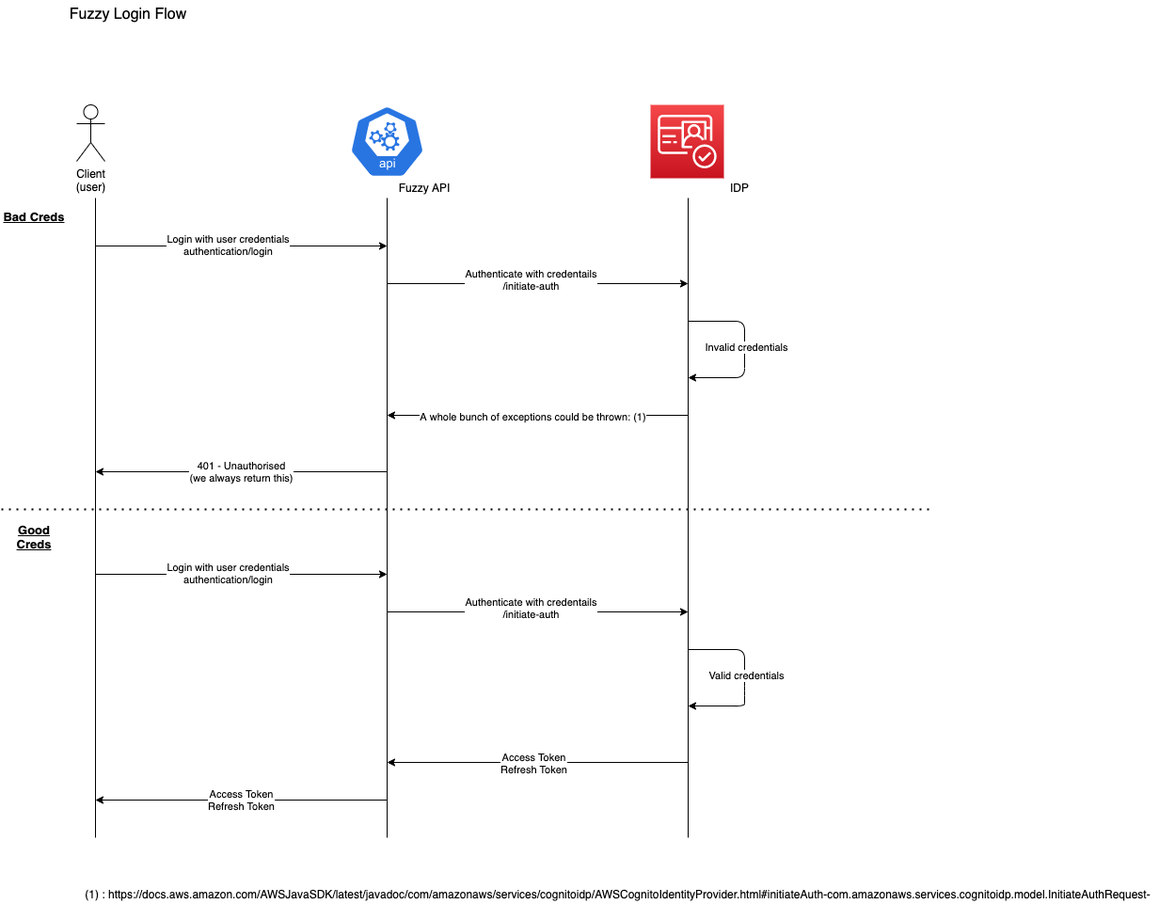
The draw.io diagram documentation/authentication/Fuzzy Authentication Login.png in nhsd-exeter/dos-service-fuzzy-search-api, before a commit. Source tidied: cells renumbered, new cells last; positions are measured from the earlier drawing's top-left corner, leaving out a move shared by most shapes. The source it was exported from:
```xml
<mxGraphModel>
  <root>
    <mxCell id="0" />
    <mxCell id="1" parent="0" />
    <mxCell id="2" style="fontColor=#232F3E;gradientColor=#F54749;gradientDirection=north;fillColor=#C7131F;strokeColor=#ffffff;dashed=0;verticalLabelPosition=bottom;verticalAlign=top;align=center;html=1;fontSize=12;fontStyle=0;shape=mxgraph.aws4.resourceIcon;resIcon=mxgraph.aws4.cognito;" parent="1" vertex="1">
      <mxGeometry x="690" y="111" width="78" height="78" as="geometry" />
    </mxCell>
    <mxCell id="3" style="html=1;dashed=0;whitespace=wrap;fillColor=#2875E2;strokeColor=#ffffff;shape=mxgraph.kubernetes.icon;prIcon=api;" parent="1" vertex="1">
      <mxGeometry x="370" y="100" width="80" height="100" as="geometry" />
    </mxCell>
    <mxCell id="4" style="endArrow=classic;html=1;" parent="1" edge="1">
      <mxGeometry relative="1" as="geometry">
        <mxPoint x="100" y="261" as="sourcePoint" />
        <mxPoint x="410" y="261" as="targetPoint" />
      </mxGeometry>
    </mxCell>
    <mxCell id="5" value="Login with user credentials&lt;br&gt;authentication/login" style="edgeLabel;html=1;align=center;verticalAlign=middle;" parent="4" vertex="1">
      <mxGeometry x="-0.01" y="2" relative="1" as="geometry">
        <mxPoint x="-14" as="offset" />
      </mxGeometry>
    </mxCell>
    <mxCell id="6" style="endArrow=classic;html=1;" parent="1" edge="1">
      <mxGeometry relative="1" as="geometry">
        <mxPoint x="410" y="301" as="sourcePoint" />
        <mxPoint x="730" y="301" as="targetPoint" />
      </mxGeometry>
    </mxCell>
    <mxCell id="7" value="Authenticate with credentails&lt;br&gt;/initiate-auth" style="edgeLabel;html=1;align=center;verticalAlign=middle;" parent="6" vertex="1">
      <mxGeometry x="-0.05" y="5" relative="1" as="geometry" />
    </mxCell>
    <mxCell id="8" style="endArrow=classic;html=1;" parent="1" edge="1">
      <mxGeometry relative="1" as="geometry">
        <mxPoint x="730" y="341" as="sourcePoint" />
        <mxPoint x="730" y="401" as="targetPoint" />
        <Array as="points">
          <mxPoint x="790" y="341" />
          <mxPoint x="790" y="401" />
        </Array>
      </mxGeometry>
    </mxCell>
    <mxCell id="9" value="Invalid credentials" style="edgeLabel;html=1;align=center;verticalAlign=middle;" parent="8" vertex="1">
      <mxGeometry x="-0.03" y="1" relative="1" as="geometry" />
    </mxCell>
    <mxCell id="10" style="endArrow=classic;html=1;" parent="1" edge="1">
      <mxGeometry relative="1" as="geometry">
        <mxPoint x="730" y="810" as="sourcePoint" />
        <mxPoint x="410" y="810" as="targetPoint" />
      </mxGeometry>
    </mxCell>
    <mxCell id="11" value="Access Token&lt;br&gt;Refresh Token" style="edgeLabel;html=1;align=center;verticalAlign=middle;" parent="10" vertex="1">
      <mxGeometry x="0.03" relative="1" as="geometry" />
    </mxCell>
    <mxCell id="12" value="Access Token&lt;br&gt;Refresh Token" style="endArrow=classic;html=1;" parent="1" edge="1">
      <mxGeometry relative="1" as="geometry">
        <mxPoint x="410" y="850" as="sourcePoint" />
        <mxPoint x="100" y="850" as="targetPoint" />
      </mxGeometry>
    </mxCell>
    <mxCell id="13" style="endArrow=classic;html=1;" parent="1" edge="1">
      <mxGeometry relative="1" as="geometry">
        <mxPoint x="730" y="441" as="sourcePoint" />
        <mxPoint x="410" y="441" as="targetPoint" />
      </mxGeometry>
    </mxCell>
    <mxCell id="14" value="A whole bunch of exceptions could be thrown: (1)" style="edgeLabel;html=1;align=center;verticalAlign=middle;" parent="13" vertex="1">
      <mxGeometry x="0.04" y="1" relative="1" as="geometry" />
    </mxCell>
    <mxCell id="15" value="401 - Unauthorised&lt;br&gt;(we always return this)" style="endArrow=classic;html=1;" parent="1" edge="1">
      <mxGeometry relative="1" as="geometry">
        <mxPoint x="410" y="501" as="sourcePoint" />
        <mxPoint x="100" y="501" as="targetPoint" />
      </mxGeometry>
    </mxCell>
    <mxCell id="16" style="endArrow=none;dashed=1;html=1;dashPattern=1 3;strokeWidth=2;" parent="1" edge="1">
      <mxGeometry relative="1" as="geometry">
        <mxPoint y="541" as="sourcePoint" />
        <mxPoint x="990" y="541" as="targetPoint" />
      </mxGeometry>
    </mxCell>
    <mxCell id="17" value="(1) :&amp;nbsp;https://docs.aws.amazon.com/AWSJavaSDK/latest/javadoc/com/amazonaws/services/cognitoidp/AWSCognitoIdentityProvider.html#initiateAuth-com.amazonaws.services.cognitoidp.model.InitiateAuthRequest-" style="text;html=1;align=center;verticalAlign=middle;strokeColor=none;" parent="1" vertex="1">
      <mxGeometry x="80" y="940" width="1150" height="20" as="geometry" />
    </mxCell>
    <mxCell id="18" value="Client&lt;br&gt;(user)" style="shape=umlActor;verticalLabelPosition=bottom;verticalAlign=top;html=1;" parent="1" vertex="1">
      <mxGeometry x="80" y="111" width="30" height="60" as="geometry" />
    </mxCell>
    <mxCell id="19" value="Fuzzy API" style="text;html=1;strokeColor=none;fillColor=none;align=center;verticalAlign=middle;whiteSpace=wrap;rounded=0;" parent="1" vertex="1">
      <mxGeometry x="415" y="189" width="70" height="20" as="geometry" />
    </mxCell>
    <mxCell id="20" value="IDP" style="text;html=1;strokeColor=none;fillColor=none;align=center;verticalAlign=middle;whiteSpace=wrap;rounded=0;" parent="1" vertex="1">
      <mxGeometry x="750" y="189" width="70" height="20" as="geometry" />
    </mxCell>
    <mxCell id="21" style="endArrow=none;html=1;" parent="1" edge="1">
      <mxGeometry relative="1" as="geometry">
        <mxPoint x="100" y="890" as="sourcePoint" />
        <mxPoint x="100" y="210" as="targetPoint" />
      </mxGeometry>
    </mxCell>
    <mxCell id="22" style="endArrow=none;html=1;" parent="1" edge="1">
      <mxGeometry relative="1" as="geometry">
        <mxPoint x="410" y="890" as="sourcePoint" />
        <mxPoint x="410" y="210" as="targetPoint" />
      </mxGeometry>
    </mxCell>
    <mxCell id="23" style="endArrow=none;html=1;" parent="1" edge="1">
      <mxGeometry relative="1" as="geometry">
        <mxPoint x="730" y="890" as="sourcePoint" />
        <mxPoint x="730" y="210" as="targetPoint" />
      </mxGeometry>
    </mxCell>
    <mxCell id="24" value="&lt;font style=&quot;font-size: 13px&quot;&gt;&lt;b&gt;&lt;u&gt;Bad Creds&lt;/u&gt;&lt;/b&gt;&lt;/font&gt;" style="text;html=1;strokeColor=none;fillColor=none;align=center;verticalAlign=middle;whiteSpace=wrap;rounded=0;" parent="1" vertex="1">
      <mxGeometry y="220" width="70" height="20" as="geometry" />
    </mxCell>
    <mxCell id="25" value="&lt;font style=&quot;font-size: 13px&quot;&gt;&lt;b&gt;&lt;u&gt;Good Creds&lt;/u&gt;&lt;/b&gt;&lt;/font&gt;" style="text;html=1;strokeColor=none;fillColor=none;align=center;verticalAlign=middle;whiteSpace=wrap;rounded=0;" parent="1" vertex="1">
      <mxGeometry y="560" width="70" height="20" as="geometry" />
    </mxCell>
    <mxCell id="26" value="&lt;font style=&quot;font-size: 16px&quot;&gt;Fuzzy Login Flow&lt;/font&gt;" style="text;html=1;strokeColor=none;fillColor=none;align=center;verticalAlign=middle;whiteSpace=wrap;rounded=0;" parent="1" vertex="1">
      <mxGeometry x="60" width="150" height="30" as="geometry" />
    </mxCell>
    <mxCell id="27" style="endArrow=classic;html=1;" parent="1" edge="1">
      <mxGeometry relative="1" as="geometry">
        <mxPoint x="100" y="610" as="sourcePoint" />
        <mxPoint x="410" y="610" as="targetPoint" />
      </mxGeometry>
    </mxCell>
    <mxCell id="28" value="Login with user credentials&lt;br&gt;authentication/login" style="edgeLabel;html=1;align=center;verticalAlign=middle;" parent="27" vertex="1">
      <mxGeometry x="-0.01" y="2" relative="1" as="geometry">
        <mxPoint x="-14" as="offset" />
      </mxGeometry>
    </mxCell>
    <mxCell id="29" style="endArrow=classic;html=1;" parent="1" edge="1">
      <mxGeometry relative="1" as="geometry">
        <mxPoint x="410" y="650" as="sourcePoint" />
        <mxPoint x="730" y="650" as="targetPoint" />
      </mxGeometry>
    </mxCell>
    <mxCell id="30" value="Authenticate with credentails&lt;br&gt;/initiate-auth" style="edgeLabel;html=1;align=center;verticalAlign=middle;" parent="29" vertex="1">
      <mxGeometry x="-0.05" y="5" relative="1" as="geometry" />
    </mxCell>
    <mxCell id="31" style="endArrow=classic;html=1;" parent="1" edge="1">
      <mxGeometry relative="1" as="geometry">
        <mxPoint x="730" y="690" as="sourcePoint" />
        <mxPoint x="730" y="750" as="targetPoint" />
        <Array as="points">
          <mxPoint x="790" y="690" />
          <mxPoint x="790" y="719" />
          <mxPoint x="790" y="739" />
          <mxPoint x="790" y="750" />
        </Array>
      </mxGeometry>
    </mxCell>
    <mxCell id="32" value="Valid credentials" style="edgeLabel;html=1;align=center;verticalAlign=middle;" parent="31" vertex="1">
      <mxGeometry x="-0.03" y="1" relative="1" as="geometry" />
    </mxCell>
  </root>
</mxGraphModel>
```
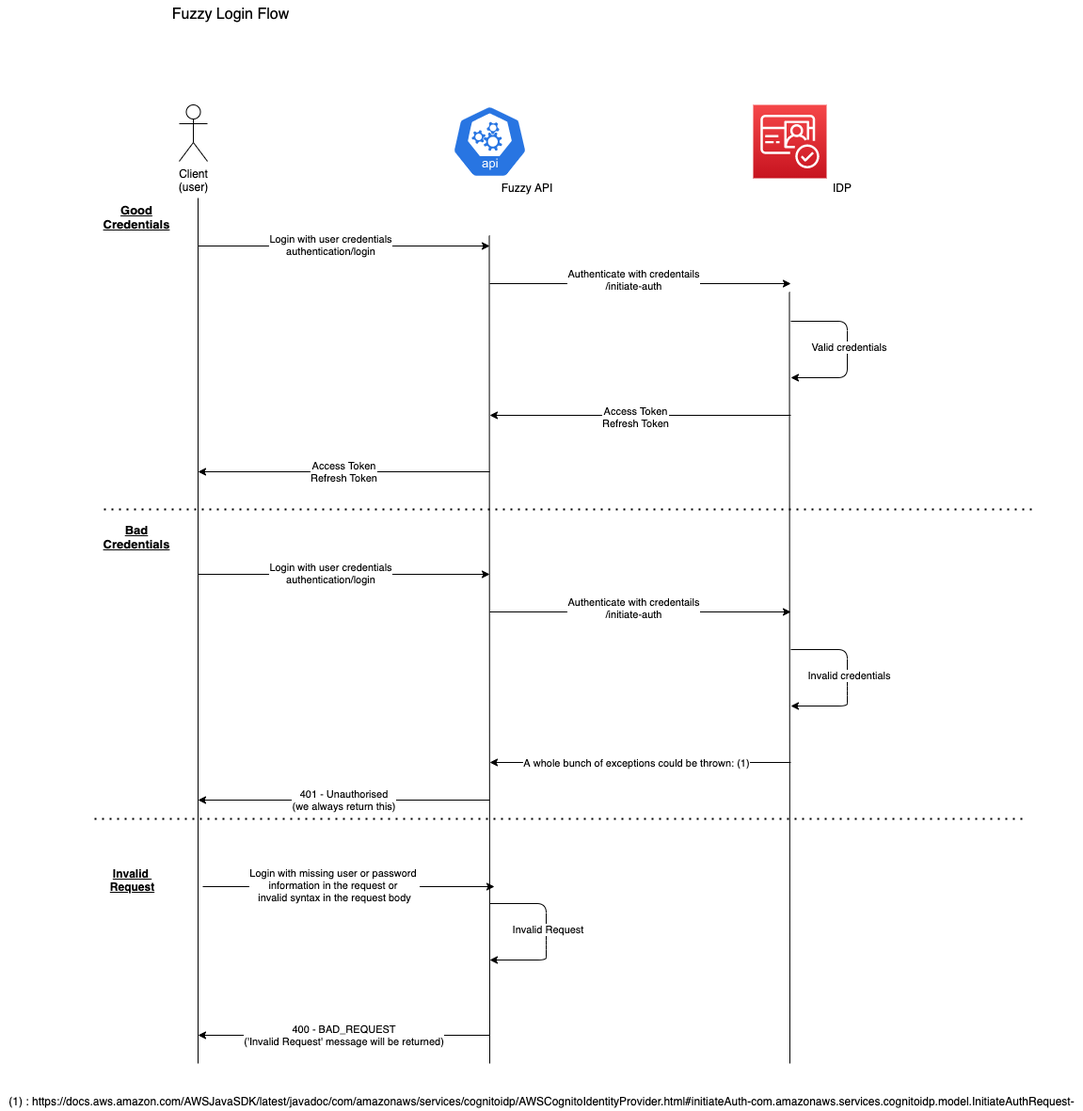
The same file after the commit.

Change to the diagram source:
```diff
@@ -38,7 +38,7 @@
         </Array>
       </mxGeometry>
     </mxCell>
-    <mxCell id="9" value="Invalid credentials" style="edgeLabel;html=1;align=center;verticalAlign=middle;" parent="8" vertex="1">
+    <mxCell id="9" value="Valid credentials" style="edgeLabel;html=1;align=center;verticalAlign=middle;" parent="8" vertex="1">
       <mxGeometry x="-0.03" y="1" relative="1" as="geometry" />
     </mxCell>
     <mxCell id="10" style="endArrow=classic;html=1;" parent="1" edge="1">
@@ -47,10 +47,10 @@
         <mxPoint x="410" y="810" as="targetPoint" />
       </mxGeometry>
     </mxCell>
-    <mxCell id="11" value="Access Token&lt;br&gt;Refresh Token" style="edgeLabel;html=1;align=center;verticalAlign=middle;" parent="10" vertex="1">
+    <mxCell id="11" value="A whole bunch of exceptions could be thrown: (1)" style="edgeLabel;html=1;align=center;verticalAlign=middle;" parent="10" vertex="1">
       <mxGeometry x="0.03" relative="1" as="geometry" />
     </mxCell>
-    <mxCell id="12" value="Access Token&lt;br&gt;Refresh Token" style="endArrow=classic;html=1;" parent="1" edge="1">
+    <mxCell id="12" value="&lt;div&gt;401 - Unauthorised&lt;/div&gt;&lt;div&gt;(we always return this)&lt;/div&gt;" style="endArrow=classic;html=1;" parent="1" edge="1">
       <mxGeometry relative="1" as="geometry">
         <mxPoint x="410" y="850" as="sourcePoint" />
         <mxPoint x="100" y="850" as="targetPoint" />
@@ -62,10 +62,10 @@
         <mxPoint x="410" y="441" as="targetPoint" />
       </mxGeometry>
     </mxCell>
-    <mxCell id="14" value="A whole bunch of exceptions could be thrown: (1)" style="edgeLabel;html=1;align=center;verticalAlign=middle;" parent="13" vertex="1">
+    <mxCell id="14" value="Access Token&lt;br&gt;Refresh Token" style="edgeLabel;html=1;align=center;verticalAlign=middle;" parent="13" vertex="1">
       <mxGeometry x="0.04" y="1" relative="1" as="geometry" />
     </mxCell>
-    <mxCell id="15" value="401 - Unauthorised&lt;br&gt;(we always return this)" style="endArrow=classic;html=1;" parent="1" edge="1">
+    <mxCell id="15" value="Access Token&lt;br&gt;Refresh Token" style="endArrow=classic;html=1;" parent="1" edge="1">
       <mxGeometry relative="1" as="geometry">
         <mxPoint x="410" y="501" as="sourcePoint" />
         <mxPoint x="100" y="501" as="targetPoint" />
@@ -78,7 +78,7 @@
       </mxGeometry>
     </mxCell>
     <mxCell id="17" value="(1) :&amp;nbsp;https://docs.aws.amazon.com/AWSJavaSDK/latest/javadoc/com/amazonaws/services/cognitoidp/AWSCognitoIdentityProvider.html#initiateAuth-com.amazonaws.services.cognitoidp.model.InitiateAuthRequest-" style="text;html=1;align=center;verticalAlign=middle;strokeColor=none;" parent="1" vertex="1">
-      <mxGeometry x="80" y="940" width="1150" height="20" as="geometry" />
+      <mxGeometry x="-110" y="1160" width="1150" height="20" as="geometry" />
     </mxCell>
     <mxCell id="18" value="Client&lt;br&gt;(user)" style="shape=umlActor;verticalLabelPosition=bottom;verticalAlign=top;html=1;" parent="1" vertex="1">
       <mxGeometry x="80" y="111" width="30" height="60" as="geometry" />
@@ -91,26 +91,26 @@
     </mxCell>
     <mxCell id="21" style="endArrow=none;html=1;" parent="1" edge="1">
       <mxGeometry relative="1" as="geometry">
-        <mxPoint x="100" y="890" as="sourcePoint" />
+        <mxPoint x="100" y="1130" as="sourcePoint" />
         <mxPoint x="100" y="210" as="targetPoint" />
       </mxGeometry>
     </mxCell>
     <mxCell id="22" style="endArrow=none;html=1;" parent="1" edge="1">
       <mxGeometry relative="1" as="geometry">
-        <mxPoint x="410" y="890" as="sourcePoint" />
-        <mxPoint x="410" y="210" as="targetPoint" />
+        <mxPoint x="410" y="1130" as="sourcePoint" />
+        <mxPoint x="409.5" y="250" as="targetPoint" />
       </mxGeometry>
     </mxCell>
     <mxCell id="23" style="endArrow=none;html=1;" parent="1" edge="1">
       <mxGeometry relative="1" as="geometry">
-        <mxPoint x="730" y="890" as="sourcePoint" />
-        <mxPoint x="730" y="210" as="targetPoint" />
+        <mxPoint x="729" y="1130" as="sourcePoint" />
+        <mxPoint x="728.5" y="310" as="targetPoint" />
       </mxGeometry>
     </mxCell>
-    <mxCell id="24" value="&lt;font style=&quot;font-size: 13px&quot;&gt;&lt;b&gt;&lt;u&gt;Bad Creds&lt;/u&gt;&lt;/b&gt;&lt;/font&gt;" style="text;html=1;strokeColor=none;fillColor=none;align=center;verticalAlign=middle;whiteSpace=wrap;rounded=0;" parent="1" vertex="1">
+    <mxCell id="24" value="&lt;b style=&quot;font-size: 13px&quot;&gt;&lt;u&gt;Good Credentials&lt;/u&gt;&lt;/b&gt;" style="text;html=1;strokeColor=none;fillColor=none;align=center;verticalAlign=middle;whiteSpace=wrap;rounded=0;" parent="1" vertex="1">
       <mxGeometry y="220" width="70" height="20" as="geometry" />
     </mxCell>
-    <mxCell id="25" value="&lt;font style=&quot;font-size: 13px&quot;&gt;&lt;b&gt;&lt;u&gt;Good Creds&lt;/u&gt;&lt;/b&gt;&lt;/font&gt;" style="text;html=1;strokeColor=none;fillColor=none;align=center;verticalAlign=middle;whiteSpace=wrap;rounded=0;" parent="1" vertex="1">
+    <mxCell id="25" value="&lt;font style=&quot;font-size: 13px&quot;&gt;&lt;b&gt;&lt;u&gt;Bad&lt;br&gt;Credentials&lt;br&gt;&lt;/u&gt;&lt;/b&gt;&lt;/font&gt;" style="text;html=1;strokeColor=none;fillColor=none;align=center;verticalAlign=middle;whiteSpace=wrap;rounded=0;" parent="1" vertex="1">
       <mxGeometry y="560" width="70" height="20" as="geometry" />
     </mxCell>
     <mxCell id="26" value="&lt;font style=&quot;font-size: 16px&quot;&gt;Fuzzy Login Flow&lt;/font&gt;" style="text;html=1;strokeColor=none;fillColor=none;align=center;verticalAlign=middle;whiteSpace=wrap;rounded=0;" parent="1" vertex="1">
@@ -148,8 +148,49 @@
         </Array>
       </mxGeometry>
     </mxCell>
-    <mxCell id="32" value="Valid credentials" style="edgeLabel;html=1;align=center;verticalAlign=middle;" parent="31" vertex="1">
+    <mxCell id="32" value="Invalid credentials" style="edgeLabel;html=1;align=center;verticalAlign=middle;" parent="31" vertex="1">
       <mxGeometry x="-0.03" y="1" relative="1" as="geometry" />
     </mxCell>
+    <mxCell id="33" style="endArrow=none;dashed=1;html=1;dashPattern=1 3;strokeWidth=2;" parent="1" edge="1">
+      <mxGeometry relative="1" as="geometry">
+        <mxPoint x="-10" y="870" as="sourcePoint" />
+        <mxPoint x="980" y="870" as="targetPoint" />
+      </mxGeometry>
+    </mxCell>
+    <mxCell id="34" value="&lt;b&gt;&lt;u&gt;Invalid &lt;br&gt;Request&lt;/u&gt;&lt;/b&gt;" style="text;html=1;align=center;verticalAlign=middle;strokeColor=none;" parent="1" vertex="1">
+      <mxGeometry y="920" width="60" height="30" as="geometry" />
+    </mxCell>
+    <mxCell id="35" style="endArrow=classic;html=1;" parent="1" edge="1">
+      <mxGeometry relative="1" as="geometry">
+        <mxPoint x="105" y="942" as="sourcePoint" />
+        <mxPoint x="415" y="942" as="targetPoint" />
+      </mxGeometry>
+    </mxCell>
+    <mxCell id="36" value="Login with missing user or password&amp;nbsp;&lt;br&gt;information in the request or &lt;br&gt;invalid syntax in the request body" style="edgeLabel;html=1;align=center;verticalAlign=middle;" parent="35" vertex="1">
+      <mxGeometry x="-0.01" y="2" relative="1" as="geometry">
+        <mxPoint x="-15" as="offset" />
+      </mxGeometry>
+    </mxCell>
+    <mxCell id="37" value="400 - BAD_REQUEST&lt;br&gt;('Invalid Request' message will be returned)" style="endArrow=classic;html=1;" parent="1" edge="1">
+      <mxGeometry relative="1" as="geometry">
+        <mxPoint x="410" y="1100" as="sourcePoint" />
+        <mxPoint x="100" y="1100" as="targetPoint" />
+      </mxGeometry>
+    </mxCell>
+    <mxCell id="38" style="endArrow=classic;html=1;" parent="1" edge="1">
+      <mxGeometry relative="1" as="geometry">
+        <mxPoint x="410" y="960" as="sourcePoint" />
+        <mxPoint x="410" y="1020" as="targetPoint" />
+        <Array as="points">
+          <mxPoint x="470" y="960" />
+          <mxPoint x="470" y="989" />
+          <mxPoint x="470" y="1009" />
+          <mxPoint x="470" y="1020" />
+        </Array>
+      </mxGeometry>
+    </mxCell>
+    <mxCell id="39" value="Invalid Request" style="edgeLabel;html=1;align=center;verticalAlign=middle;" parent="38" vertex="1">
+      <mxGeometry x="-0.03" y="1" relative="1" as="geometry" />
+    </mxCell>
   </root>
 </mxGraphModel>
```
